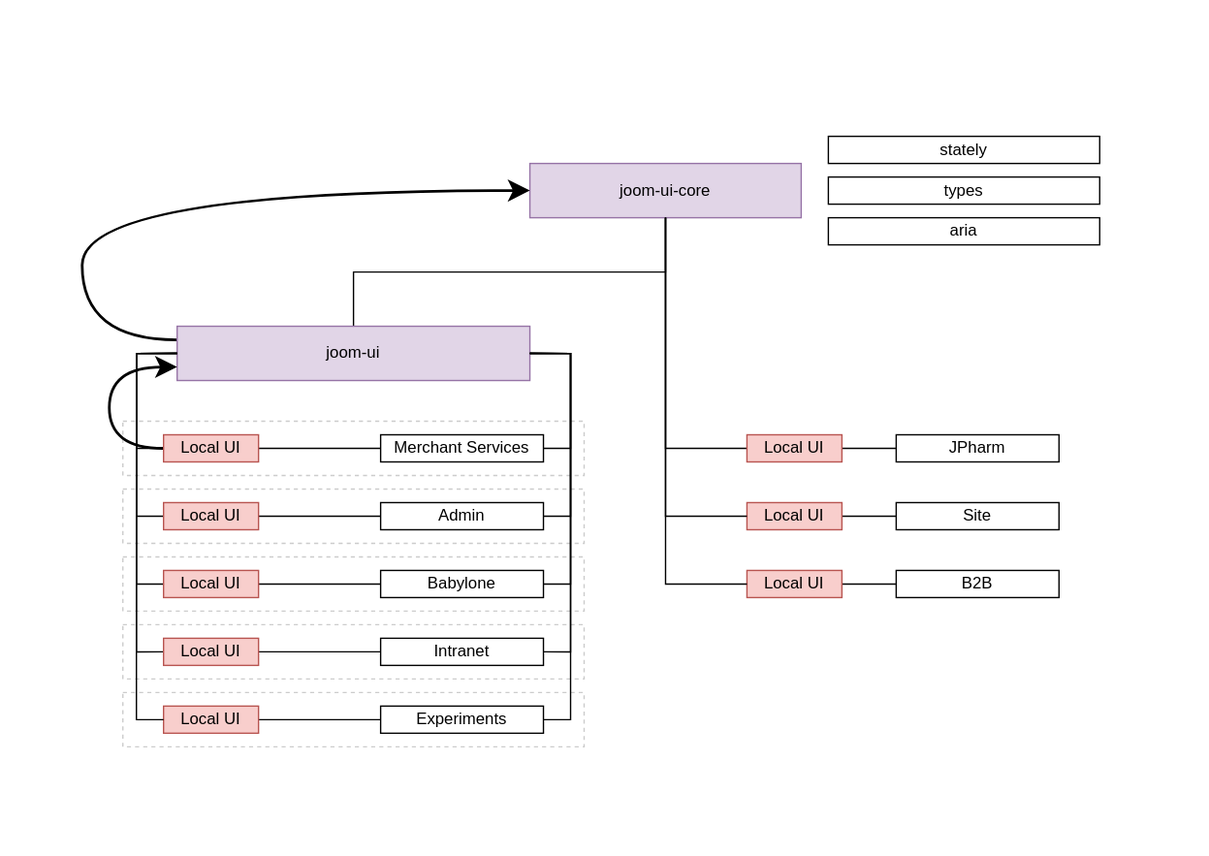
Earlier version of the draw.io export design-system.svg (ajile/draw-io). Source tidied: cells renumbered, new cells last; positions are measured from the earlier drawing's top-left corner, leaving out a move shared by most shapes.
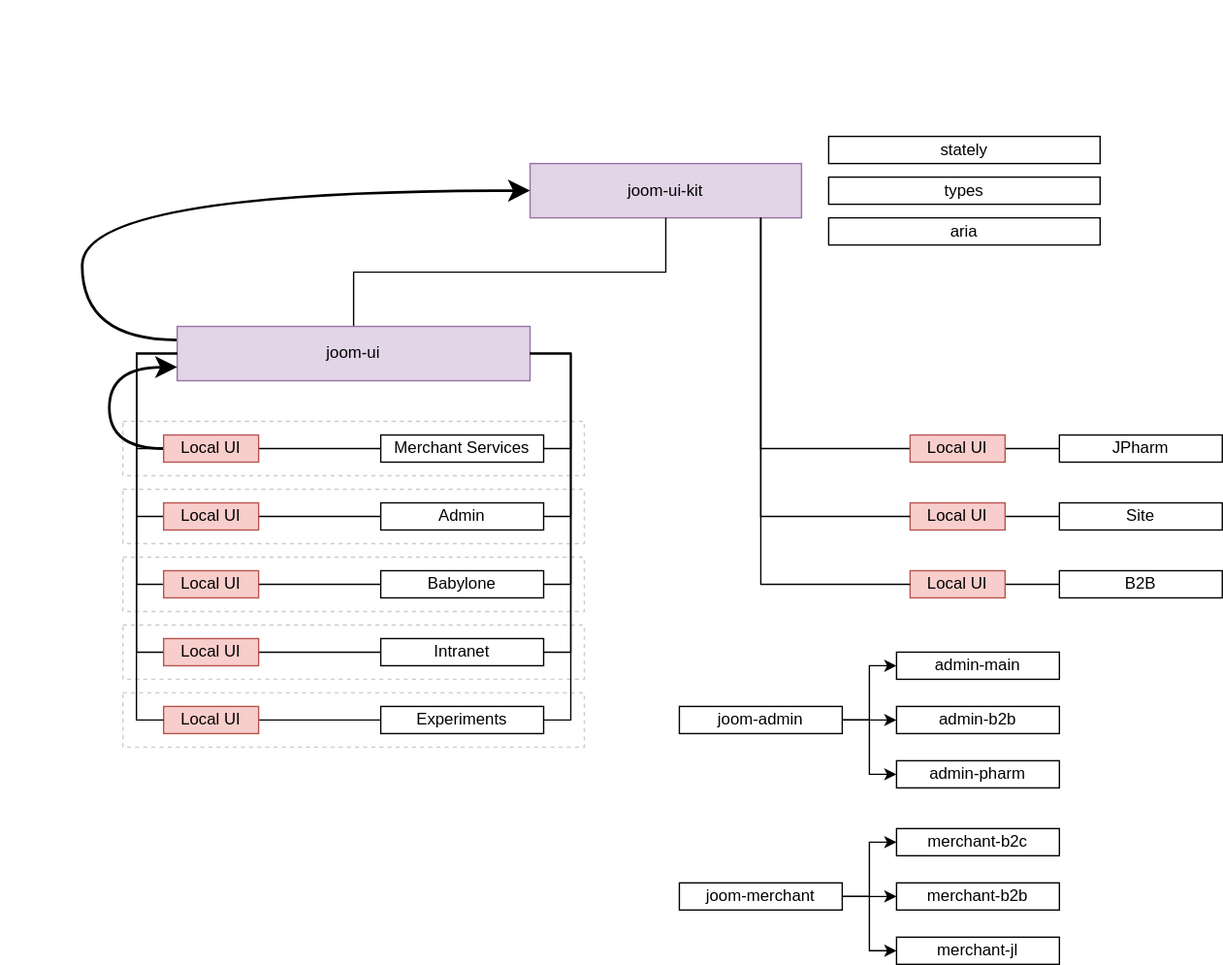
After the change.

What changed in the source:
```diff
@@ -18,7 +18,7 @@
     <mxCell id="7" style="rounded=0;whiteSpace=wrap;html=1;dashed=1;fillColor=none;strokeColor=#CCCCCC;" parent="3" vertex="1">
       <mxGeometry x="90" y="310" width="340" height="40" as="geometry" />
     </mxCell>
-    <mxCell id="8" value="joom-ui-core" style="rounded=0;whiteSpace=wrap;html=1;fillColor=#e1d5e7;strokeColor=#9673a6;" parent="3" vertex="1">
+    <mxCell id="8" value="joom-ui-kit" style="rounded=0;whiteSpace=wrap;html=1;fillColor=#e1d5e7;strokeColor=#9673a6;" parent="3" vertex="1">
       <mxGeometry x="390" y="120" width="200" height="40" as="geometry" />
     </mxCell>
     <mxCell id="9" style="edgeStyle=orthogonalEdgeStyle;rounded=0;jettySize=auto;html=1;endArrow=none;endFill=0;startSize=10;endSize=10;exitX=0.5;exitY=0;exitDx=0;exitDy=0;" parent="3" edge="1" source="11" target="8">
@@ -36,7 +36,11 @@
       <mxGeometry x="130" y="240" width="260" height="40" as="geometry" />
     </mxCell>
     <mxCell id="12" style="edgeStyle=orthogonalEdgeStyle;rounded=0;jettySize=auto;html=1;endArrow=none;endFill=0;startSize=10;endSize=10;exitX=0;exitY=0.5;exitDx=0;exitDy=0;" parent="3" edge="1" source="40" target="8">
-      <mxGeometry relative="1" as="geometry" />
+      <mxGeometry relative="1" as="geometry">
+        <Array as="points">
+          <mxPoint x="560" y="330" />
+        </Array>
+      </mxGeometry>
     </mxCell>
     <mxCell id="13" style="edgeStyle=orthogonalEdgeStyle;rounded=0;jettySize=auto;html=1;startSize=10;endArrow=none;endFill=0;endSize=10;exitX=1;exitY=0.5;exitDx=0;exitDy=0;entryX=1;entryY=0.5;entryDx=0;entryDy=0;" parent="3" edge="1" source="15" target="11">
       <mxGeometry relative="1" as="geometry" />
@@ -78,19 +82,19 @@
       <mxGeometry relative="1" as="geometry" />
     </mxCell>
     <mxCell id="26" value="Site" style="rounded=0;whiteSpace=wrap;html=1;" parent="3" vertex="1">
-      <mxGeometry x="660" y="370" width="120" height="20" as="geometry" />
+      <mxGeometry x="780" y="370" width="120" height="20" as="geometry" />
     </mxCell>
     <mxCell id="27" style="edgeStyle=orthogonalEdgeStyle;rounded=0;jettySize=auto;html=1;startSize=10;endArrow=none;endFill=0;endSize=10;" parent="3" edge="1" source="28" target="40">
       <mxGeometry relative="1" as="geometry" />
     </mxCell>
     <mxCell id="28" value="JPharm" style="rounded=0;whiteSpace=wrap;html=1;" parent="3" vertex="1">
-      <mxGeometry x="660" y="320" width="120" height="20" as="geometry" />
+      <mxGeometry x="780" y="320" width="120" height="20" as="geometry" />
     </mxCell>
     <mxCell id="29" style="edgeStyle=orthogonalEdgeStyle;rounded=0;jettySize=auto;html=1;startSize=10;endArrow=none;endFill=0;endSize=10;" parent="3" edge="1" source="30" target="42">
       <mxGeometry relative="1" as="geometry" />
     </mxCell>
     <mxCell id="30" value="B2B" style="rounded=0;whiteSpace=wrap;html=1;" parent="3" vertex="1">
-      <mxGeometry x="660" y="420" width="120" height="20" as="geometry" />
+      <mxGeometry x="780" y="420" width="120" height="20" as="geometry" />
     </mxCell>
     <mxCell id="31" style="edgeStyle=orthogonalEdgeStyle;rounded=0;jettySize=auto;html=1;entryX=0;entryY=0.5;entryDx=0;entryDy=0;startSize=10;endArrow=none;endFill=0;endSize=10;exitX=0;exitY=0.5;exitDx=0;exitDy=0;" parent="3" edge="1" source="33" target="11">
       <mxGeometry relative="1" as="geometry" />
@@ -125,19 +129,29 @@
       <mxGeometry x="120" y="470" width="70" height="20" as="geometry" />
     </mxCell>
     <mxCell id="40" value="Local UI" style="rounded=0;whiteSpace=wrap;html=1;fillColor=#f8cecc;strokeColor=#b85450;" parent="3" vertex="1">
-      <mxGeometry x="550" y="320" width="70" height="20" as="geometry" />
+      <mxGeometry x="670" y="320" width="70" height="20" as="geometry" />
     </mxCell>
     <mxCell id="41" value="Local UI" style="rounded=0;whiteSpace=wrap;html=1;fillColor=#f8cecc;strokeColor=#b85450;" parent="3" vertex="1">
-      <mxGeometry x="550" y="370" width="70" height="20" as="geometry" />
+      <mxGeometry x="670" y="370" width="70" height="20" as="geometry" />
     </mxCell>
     <mxCell id="42" value="Local UI" style="rounded=0;whiteSpace=wrap;html=1;fillColor=#f8cecc;strokeColor=#b85450;" parent="3" vertex="1">
-      <mxGeometry x="550" y="420" width="70" height="20" as="geometry" />
+      <mxGeometry x="670" y="420" width="70" height="20" as="geometry" />
     </mxCell>
-    <mxCell id="43" style="edgeStyle=orthogonalEdgeStyle;rounded=0;jettySize=auto;html=1;endArrow=none;endFill=0;startSize=10;endSize=10;exitX=0;exitY=0.5;exitDx=0;exitDy=0;entryX=0.5;entryY=1;entryDx=0;entryDy=0;" parent="3" edge="1" source="41" target="8">
-      <mxGeometry relative="1" as="geometry" />
+    <mxCell id="43" style="edgeStyle=orthogonalEdgeStyle;rounded=0;jettySize=auto;html=1;endArrow=none;endFill=0;startSize=10;endSize=10;exitX=0;exitY=0.5;exitDx=0;exitDy=0;" parent="3" edge="1" source="41">
+      <mxGeometry relative="1" as="geometry">
+        <mxPoint x="560" y="160" as="targetPoint" />
+        <Array as="points">
+          <mxPoint x="560" y="380" />
+          <mxPoint x="560" y="160" />
+        </Array>
+      </mxGeometry>
     </mxCell>
     <mxCell id="44" style="edgeStyle=orthogonalEdgeStyle;rounded=0;jettySize=auto;html=1;endArrow=none;endFill=0;startSize=10;endSize=10;exitX=0;exitY=0.5;exitDx=0;exitDy=0;" parent="3" edge="1" source="42" target="8">
-      <mxGeometry relative="1" as="geometry" />
+      <mxGeometry relative="1" as="geometry">
+        <Array as="points">
+          <mxPoint x="560" y="430" />
+        </Array>
+      </mxGeometry>
     </mxCell>
     <mxCell id="45" style="rounded=0;whiteSpace=wrap;html=1;dashed=1;fillColor=none;strokeColor=#CCCCCC;" parent="3" vertex="1">
       <mxGeometry x="90" y="510" width="340" height="40" as="geometry" />
@@ -166,5 +180,47 @@
     <mxCell id="53" value="aria" style="rounded=0;whiteSpace=wrap;html=1;" parent="3" vertex="1">
       <mxGeometry x="610" y="160" width="200" height="20" as="geometry" />
     </mxCell>
+    <mxCell id="54" style="edgeStyle=orthogonalEdgeStyle;rounded=0;jettySize=auto;html=1;entryX=0;entryY=0.5;entryDx=0;entryDy=0;" parent="3" edge="1" source="57" target="58">
+      <mxGeometry relative="1" as="geometry" />
+    </mxCell>
+    <mxCell id="55" style="edgeStyle=orthogonalEdgeStyle;rounded=0;jettySize=auto;html=1;" parent="3" edge="1" source="57" target="59">
+      <mxGeometry relative="1" as="geometry" />
+    </mxCell>
+    <mxCell id="56" style="edgeStyle=orthogonalEdgeStyle;rounded=0;jettySize=auto;html=1;entryX=0;entryY=0.5;entryDx=0;entryDy=0;" parent="3" edge="1" source="57" target="60">
+      <mxGeometry relative="1" as="geometry" />
+    </mxCell>
+    <mxCell id="57" value="joom-admin" style="rounded=0;whiteSpace=wrap;html=1;" parent="3" vertex="1">
+      <mxGeometry x="500" y="520" width="120" height="20" as="geometry" />
+    </mxCell>
+    <mxCell id="58" value="admin-main" style="rounded=0;whiteSpace=wrap;html=1;" parent="3" vertex="1">
+      <mxGeometry x="660" y="480" width="120" height="20" as="geometry" />
+    </mxCell>
+    <mxCell id="59" value="admin-b2b" style="rounded=0;whiteSpace=wrap;html=1;" parent="3" vertex="1">
+      <mxGeometry x="660" y="520" width="120" height="20" as="geometry" />
+    </mxCell>
+    <mxCell id="60" value="admin-pharm" style="rounded=0;whiteSpace=wrap;html=1;" parent="3" vertex="1">
+      <mxGeometry x="660" y="560" width="120" height="20" as="geometry" />
+    </mxCell>
+    <mxCell id="61" style="edgeStyle=orthogonalEdgeStyle;rounded=0;jettySize=auto;html=1;entryX=0;entryY=0.5;entryDx=0;entryDy=0;" parent="3" edge="1" source="64" target="65">
+      <mxGeometry relative="1" as="geometry" />
+    </mxCell>
+    <mxCell id="62" style="edgeStyle=orthogonalEdgeStyle;rounded=0;jettySize=auto;html=1;" parent="3" edge="1" source="64" target="66">
+      <mxGeometry relative="1" as="geometry" />
+    </mxCell>
+    <mxCell id="63" style="edgeStyle=orthogonalEdgeStyle;rounded=0;jettySize=auto;html=1;entryX=0;entryY=0.5;entryDx=0;entryDy=0;" parent="3" edge="1" source="64" target="67">
+      <mxGeometry relative="1" as="geometry" />
+    </mxCell>
+    <mxCell id="64" value="joom-merchant" style="rounded=0;whiteSpace=wrap;html=1;" parent="3" vertex="1">
+      <mxGeometry x="500" y="650" width="120" height="20" as="geometry" />
+    </mxCell>
+    <mxCell id="65" value="&lt;span&gt;merchant-b2c&lt;/span&gt;" style="rounded=0;whiteSpace=wrap;html=1;" parent="3" vertex="1">
+      <mxGeometry x="660" y="610" width="120" height="20" as="geometry" />
+    </mxCell>
+    <mxCell id="66" value="merchant-b2b" style="rounded=0;whiteSpace=wrap;html=1;" parent="3" vertex="1">
+      <mxGeometry x="660" y="650" width="120" height="20" as="geometry" />
+    </mxCell>
+    <mxCell id="67" value="merchant-jl" style="rounded=0;whiteSpace=wrap;html=1;" parent="3" vertex="1">
+      <mxGeometry x="660" y="690" width="120" height="20" as="geometry" />
+    </mxCell>
   </root>
 </mxGraphModel>
```
